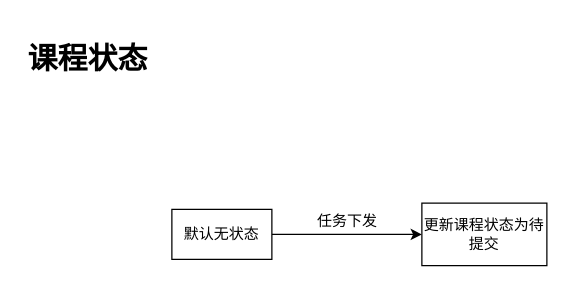
111ZhuXueke/control keeps this draw.io diagram as Untitled Diagram.drawio. Above is the earlier version. Source tidied: cells renumbered, new cells numbered last; positions are measured from the earlier drawing's top-left corner, leaving out a move shared by most shapes. Both pictures are drawn from the tidied source at 125%, with x=0, y=0 at pixel (21, 34).
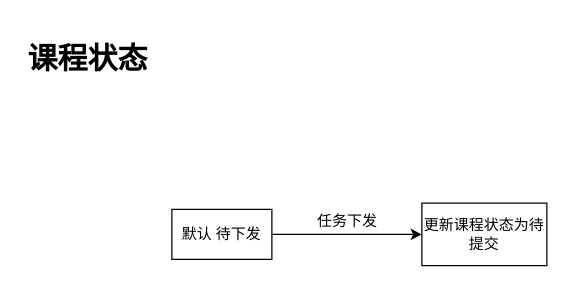
Above is the later version.

Diff of the diagram source:
```diff
@@
 <mxGraphModel>
   <root>
     <mxCell id="0" />
     <mxCell id="1" parent="0" />
     <mxCell id="2" style="edgeStyle=orthogonalEdgeStyle;rounded=0;jettySize=auto;html=1;" parent="1" edge="1" source="3" target="5">
       <mxGeometry relative="1" as="geometry" />
     </mxCell>
-    <mxCell id="3" value="默认无状态" style="rounded=0;whiteSpace=wrap;html=1;" parent="1" vertex="1">
+    <mxCell id="3" value="默认 待下发" style="rounded=0;whiteSpace=wrap;html=1;" parent="1" vertex="1">
       <mxGeometry x="120" y="140" width="80" height="40" as="geometry" />
     </mxCell>
     <mxCell id="4" value="&lt;h1&gt;课程状态&lt;/h1&gt;" style="text;html=1;strokeColor=none;fillColor=none;spacing=5;spacingTop=-20;whiteSpace=wrap;overflow=hidden;rounded=0;" parent="1" vertex="1">
       <mxGeometry width="130" height="40" as="geometry" />
     </mxCell>
     <mxCell id="5" value="更新课程状态为待提交" style="whiteSpace=wrap;html=1;rounded=0;" parent="1" vertex="1">
       <mxGeometry x="320" y="135" width="100" height="50" as="geometry" />
     </mxCell>
     <mxCell id="6" value="任务下发" style="text;html=1;align=center;verticalAlign=middle;strokeColor=none;fillColor=none;" parent="1" vertex="1">
       <mxGeometry x="230" y="140" width="60" height="20" as="geometry" />
     </mxCell>
   </root>
 </mxGraphModel>
```
